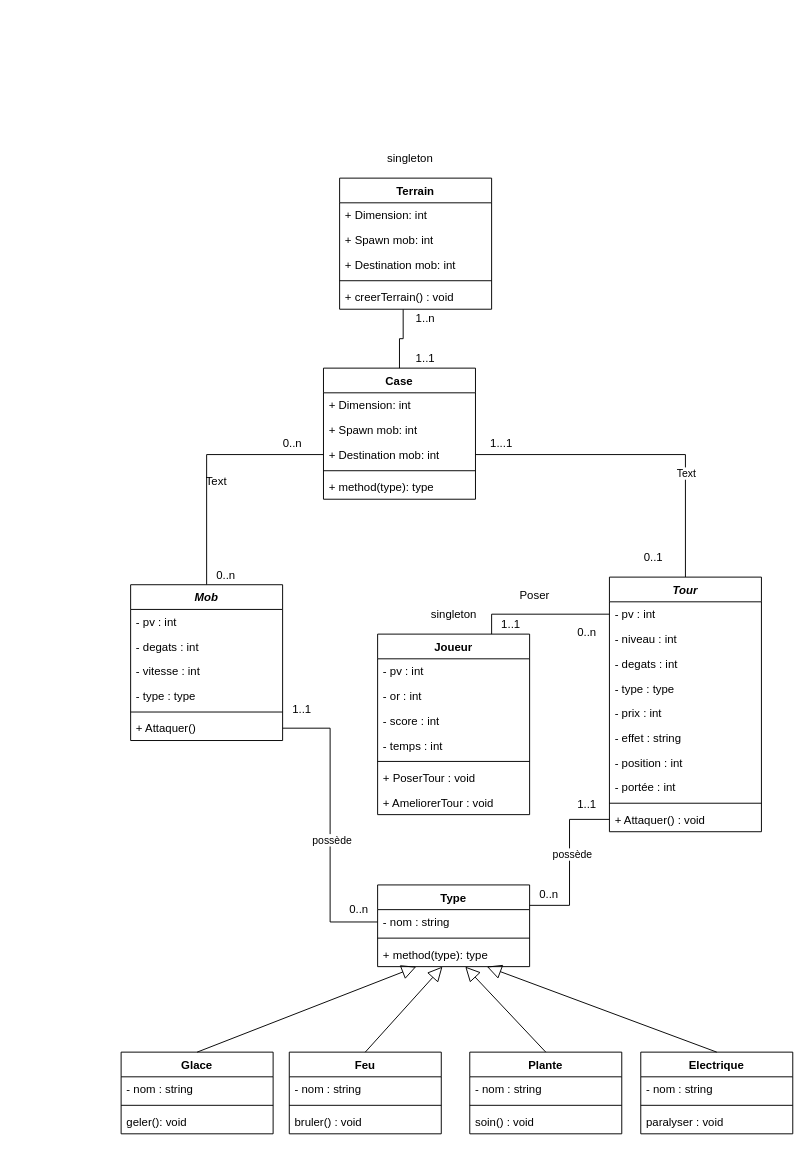
Earlier version of the draw.io diagram page "diagramme de classe" (1 of 2) of diagramme/TD.drawio (Parcoli/TD-TD). Source tidied: cells renumbered, new cells numbered last; positions are measured from the earlier drawing's top-left corner, leaving out a move shared by most shapes. Both pictures are drawn from the tidied source at 95%, with x=0, y=0 at pixel (121, 149).
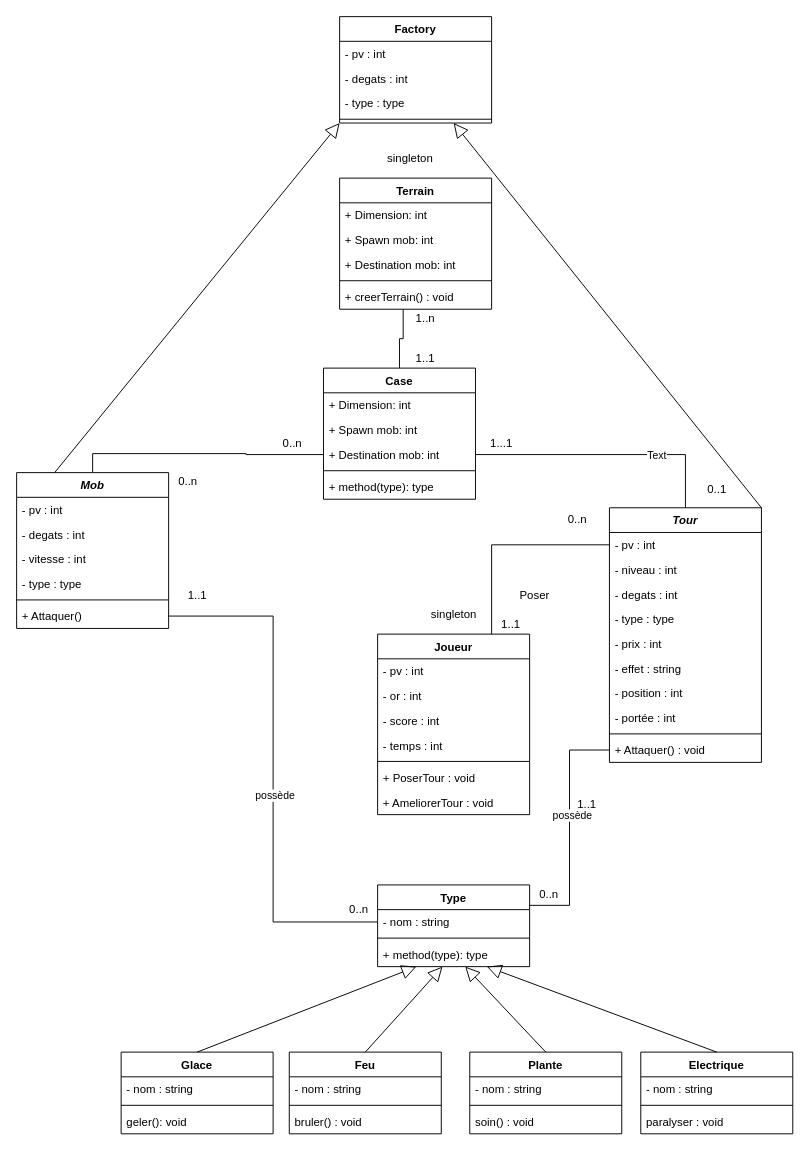
The same diagram, later.

Diff of the diagram source:
```diff
@@
     <mxCell id="4" value="Tour" style="swimlane;fontStyle=3;align=center;verticalAlign=top;horizontal=1;startSize=26;" parent="1" vertex="1">
-      <mxGeometry x="514" y="450" width="160" height="268" as="geometry" />
+      <mxGeometry x="514" y="377" width="160" height="268" as="geometry" />
     </mxCell>
@@
     <mxCell id="16" value="Mob" style="swimlane;fontStyle=3;align=center;verticalAlign=top;horizontal=1;startSize=26;" parent="1" vertex="1">
-      <mxGeometry x="10" y="458" width="160" height="164" as="geometry" />
+      <mxGeometry x="-110" y="340" width="160" height="164" as="geometry" />
     </mxCell>
@@
     <mxCell id="41" value="0..n" style="text;html=1;align=center;verticalAlign=middle;strokeColor=none;fillColor=none;" parent="1" vertex="1">
-      <mxGeometry x="470" y="498" width="40" height="20" as="geometry" />
+      <mxGeometry x="460" y="380" width="40" height="20" as="geometry" />
     </mxCell>
@@
     <mxCell id="43" value="0..n" style="text;html=1;align=center;verticalAlign=middle;strokeColor=none;fillColor=none;" parent="1" vertex="1">
-      <mxGeometry x="90" y="438" width="40" height="20" as="geometry" />
+      <mxGeometry x="50" y="340" width="40" height="20" as="geometry" />
     </mxCell>
     <mxCell id="44" value="0..1" style="text;html=1;align=center;verticalAlign=middle;strokeColor=none;fillColor=none;" parent="1" vertex="1">
-      <mxGeometry x="540" y="420" width="40" height="20" as="geometry" />
+      <mxGeometry x="607" y="348" width="40" height="20" as="geometry" />
     </mxCell>
@@
-    <mxCell id="62" value="Text" style="text;html=1;align=center;verticalAlign=middle;strokeColor=none;fillColor=none;" parent="1" vertex="1">
-      <mxGeometry x="80" y="340" width="40" height="20" as="geometry" />
-    </mxCell>
     <mxCell id="63" value="1..1" style="text;html=1;align=center;verticalAlign=middle;strokeColor=none;fillColor=none;" parent="1" vertex="1">
-      <mxGeometry x="170" y="580" width="40" height="20" as="geometry" />
+      <mxGeometry x="60" y="460" width="40" height="20" as="geometry" />
     </mxCell>
@@
+    <mxCell id="89" value="Factory&#10;" style="swimlane;fontStyle=1;align=center;verticalAlign=top;horizontal=1;startSize=26;" parent="1" vertex="1">
+      <mxGeometry x="230" y="-140" width="160" height="112" as="geometry" />
+    </mxCell>
+    <mxCell id="90" value="- pv : int" style="text;strokeColor=none;fillColor=none;align=left;verticalAlign=top;spacingLeft=4;spacingRight=4;overflow=hidden;" parent="89" vertex="1">
+      <mxGeometry y="26" width="160" height="26" as="geometry" />
+    </mxCell>
+    <mxCell id="91" value="- degats : int" style="text;strokeColor=none;fillColor=none;align=left;verticalAlign=top;spacingLeft=4;spacingRight=4;overflow=hidden;" parent="89" vertex="1">
+      <mxGeometry y="52" width="160" height="26" as="geometry" />
+    </mxCell>
+    <mxCell id="92" value="- type : type" style="text;strokeColor=none;fillColor=none;align=left;verticalAlign=top;spacingLeft=4;spacingRight=4;overflow=hidden;" parent="89" vertex="1">
+      <mxGeometry y="78" width="160" height="26" as="geometry" />
+    </mxCell>
+    <mxCell id="93" style="line;strokeWidth=1;fillColor=none;align=left;verticalAlign=middle;spacingTop=-1;spacingLeft=3;spacingRight=3;labelPosition=right;" parent="89" vertex="1">
+      <mxGeometry y="104" width="160" height="8" as="geometry" />
+    </mxCell>
+    <mxCell id="94" style="endArrow=block;html=1;rounded=0;exitX=0.25;exitY=0;exitDx=0;exitDy=0;endFill=0;endSize=13;entryX=0;entryY=1;entryDx=0;entryDy=0;" parent="1" edge="1" source="16" target="89">
+      <mxGeometry relative="1" as="geometry" />
+    </mxCell>
+    <mxCell id="95" style="endArrow=block;html=1;rounded=0;exitX=1;exitY=0;exitDx=0;exitDy=0;endFill=0;endSize=13;entryX=0.75;entryY=1;entryDx=0;entryDy=0;" parent="1" edge="1" source="4" target="89">
+      <mxGeometry relative="1" as="geometry" />
+    </mxCell>
```
